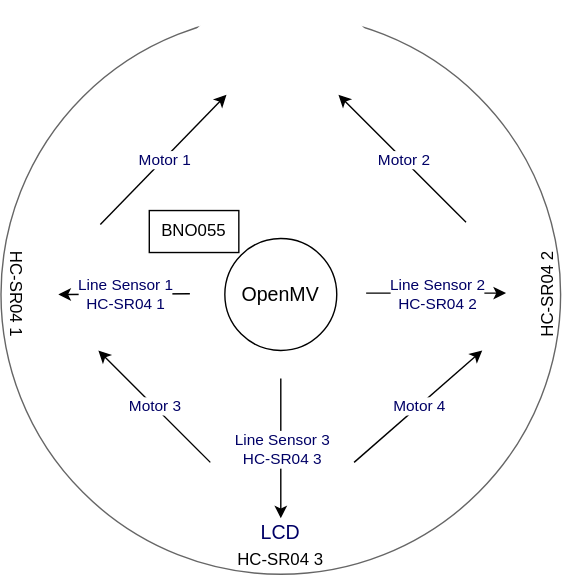
The draw.io diagram Arduino/robo2019/img/machine-constitution.svg in izumi-robot/kawamoto2019, before a commit. Source tidied: cells renumbered, new cells last; positions are measured from the earlier drawing's top-left corner, leaving out a move shared by most shapes. The source it was exported from:
```xml
<mxGraphModel>
  <root>
    <mxCell id="0" />
    <mxCell id="1" parent="0" />
    <mxCell id="2" style="ellipse;whiteSpace=wrap;html=1;strokeColor=#666666;fontColor=#333333;fillColor=#FFFFFF;" parent="1" vertex="1">
      <mxGeometry x="24" y="10" width="400" height="400" as="geometry" />
    </mxCell>
    <mxCell id="3" style="endArrow=classic;html=1;strokeColor=#000000;fontFamily=Helvetica;fontSize=14;fontColor=#000066;entryX=0.403;entryY=0.143;entryDx=0;entryDy=0;entryPerimeter=0;" parent="1" edge="1" target="2">
      <mxGeometry relative="1" as="geometry">
        <mxPoint x="95" y="160" as="sourcePoint" />
      </mxGeometry>
    </mxCell>
    <mxCell id="4" value="Motor 1" style="edgeLabel;html=1;align=center;verticalAlign=middle;labelBackgroundColor=#ffffff;fontColor=#000066;" parent="3" vertex="1">
      <mxGeometry relative="1" as="geometry" />
    </mxCell>
    <mxCell id="5" style="endArrow=classic;html=1;strokeColor=#000000;fontFamily=Helvetica;fontSize=14;fontColor=#000066;entryX=0.603;entryY=0.143;entryDx=0;entryDy=0;entryPerimeter=0;exitX=0.831;exitY=0.371;exitDx=0;exitDy=0;exitPerimeter=0;" parent="1" edge="1" source="2" target="2">
      <mxGeometry relative="1" as="geometry" />
    </mxCell>
    <mxCell id="6" value="Motor&amp;nbsp;2" style="edgeLabel;html=1;align=center;verticalAlign=middle;labelBackgroundColor=#ffffff;fontColor=#000066;" parent="5" vertex="1">
      <mxGeometry relative="1" as="geometry" />
    </mxCell>
    <mxCell id="7" style="endArrow=classic;html=1;strokeColor=#000000;fontFamily=Helvetica;fontSize=14;fontColor=#000066;entryX=0.174;entryY=0.6;entryDx=0;entryDy=0;entryPerimeter=0;exitX=0.374;exitY=0.8;exitDx=0;exitDy=0;exitPerimeter=0;" parent="1" edge="1" source="2" target="2">
      <mxGeometry relative="1" as="geometry" />
    </mxCell>
    <mxCell id="8" value="Motor 3" style="edgeLabel;html=1;align=center;verticalAlign=middle;labelBackgroundColor=#ffffff;fontColor=#000066;" parent="7" vertex="1">
      <mxGeometry relative="1" as="geometry" />
    </mxCell>
    <mxCell id="9" style="endArrow=classic;html=1;strokeColor=#000000;fontFamily=Helvetica;fontSize=14;fontColor=#000066;exitX=0.631;exitY=0.8;exitDx=0;exitDy=0;exitPerimeter=0;entryX=0.86;entryY=0.6;entryDx=0;entryDy=0;entryPerimeter=0;" parent="1" edge="1" source="2" target="2">
      <mxGeometry relative="1" as="geometry" />
    </mxCell>
    <mxCell id="10" value="Motor 4" style="edgeLabel;html=1;align=center;verticalAlign=middle;fontColor=#000066;labelBackgroundColor=#ffffff;" parent="9" vertex="1">
      <mxGeometry relative="1" as="geometry" />
    </mxCell>
    <mxCell id="11" style="endArrow=classic;html=1;fontFamily=Helvetica;fontSize=14;fontColor=#000066;strokeColor=#000000;" parent="1" edge="1">
      <mxGeometry relative="1" as="geometry">
        <mxPoint x="285" y="209" as="sourcePoint" />
        <mxPoint x="385" y="209" as="targetPoint" />
      </mxGeometry>
    </mxCell>
    <mxCell id="12" value="Line Sensor 2&lt;br&gt;HC-SR04 2" style="edgeLabel;html=1;align=center;verticalAlign=middle;labelBackgroundColor=#ffffff;fontColor=#000066;" parent="11" vertex="1">
      <mxGeometry relative="1" as="geometry" />
    </mxCell>
    <mxCell id="13" style="endArrow=classic;html=1;fontFamily=Helvetica;fontSize=14;fontColor=#000066;strokeColor=#000000;" parent="1" edge="1">
      <mxGeometry relative="1" as="geometry">
        <mxPoint x="159" y="209.5" as="sourcePoint" />
        <mxPoint x="65" y="210" as="targetPoint" />
      </mxGeometry>
    </mxCell>
    <mxCell id="14" value="Line Sensor 1&lt;br&gt;HC-SR04 1" style="edgeLabel;html=1;align=center;verticalAlign=middle;labelBackgroundColor=#ffffff;fontColor=#000066;" parent="13" vertex="1">
      <mxGeometry relative="1" as="geometry" />
    </mxCell>
    <mxCell id="15" style="endArrow=classic;html=1;strokeColor=#000000;fontFamily=Helvetica;fontSize=14;fontColor=#000066;" parent="1" edge="1">
      <mxGeometry relative="1" as="geometry">
        <mxPoint x="224" y="270" as="sourcePoint" />
        <mxPoint x="224" y="370" as="targetPoint" />
      </mxGeometry>
    </mxCell>
    <mxCell id="16" value="Line Sensor 3&lt;br&gt;HC-SR04 3" style="edgeLabel;html=1;align=center;verticalAlign=middle;fontColor=#000066;labelBackgroundColor=#ffffff;" parent="15" vertex="1">
      <mxGeometry relative="1" as="geometry" />
    </mxCell>
    <mxCell id="17" value="LCD" style="text;html=1;strokeColor=none;fillColor=none;align=center;verticalAlign=middle;whiteSpace=wrap;rounded=0;labelBackgroundColor=#ffffff;fontFamily=Helvetica;fontSize=14;fontColor=#000066;" parent="1" vertex="1">
      <mxGeometry x="197" y="370" width="54" height="20" as="geometry" />
    </mxCell>
    <mxCell id="18" value="kicker" style="shape=hexagon;perimeter=hexagonPerimeter2;whiteSpace=wrap;html=1;fixedSize=1;labelBackgroundColor=none;fontFamily=Helvetica;fontSize=14;fontColor=#FFFFFF;strokeColor=none;" parent="1" vertex="1">
      <mxGeometry x="164" width="120" height="40" as="geometry" />
    </mxCell>
    <mxCell id="19" value="OpenMV" style="ellipse;whiteSpace=wrap;html=1;labelBackgroundColor=none;fontFamily=Helvetica;fontSize=14;fillColor=#FFFFFF;strokeColor=#000000;fontColor=#000000;" parent="1" vertex="1">
      <mxGeometry x="184" y="170" width="80" height="80" as="geometry" />
    </mxCell>
    <mxCell id="20" value="BNO055" style="rounded=0;whiteSpace=wrap;html=1;labelBackgroundColor=#ffffff;fillColor=#FFFFFF;fontColor=#000000;strokeColor=#000000;" parent="1" vertex="1">
      <mxGeometry x="130" y="150" width="64" height="30" as="geometry" />
    </mxCell>
    <mxCell id="21" value="HC-SR04 1" style="text;html=1;strokeColor=none;fillColor=none;align=center;verticalAlign=middle;whiteSpace=wrap;rounded=0;labelBackgroundColor=none;fontColor=#000000;rotation=90;" parent="1" vertex="1">
      <mxGeometry y="200" width="70" height="20" as="geometry" />
    </mxCell>
    <mxCell id="22" value="HC-SR04 2" style="text;html=1;strokeColor=none;fillColor=none;align=center;verticalAlign=middle;whiteSpace=wrap;rounded=0;labelBackgroundColor=none;fontColor=#000000;rotation=270;" parent="1" vertex="1">
      <mxGeometry x="380" y="200" width="70" height="20" as="geometry" />
    </mxCell>
    <mxCell id="23" value="HC-SR04 3" style="text;html=1;strokeColor=none;fillColor=none;align=center;verticalAlign=middle;whiteSpace=wrap;rounded=0;labelBackgroundColor=none;fontColor=#000000;rotation=0;" parent="1" vertex="1">
      <mxGeometry x="189" y="390" width="70" height="20" as="geometry" />
    </mxCell>
  </root>
</mxGraphModel>
```
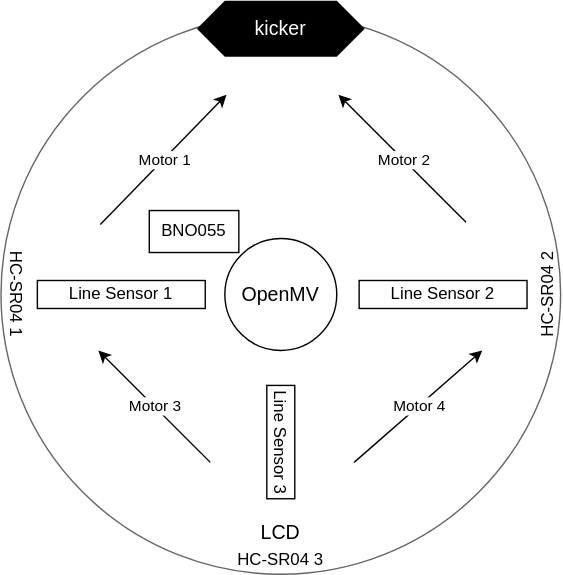
Above is the later version.

Diff of the diagram source:
```diff
@@ -10,58 +10,31 @@
         <mxPoint x="95" y="160" as="sourcePoint" />
       </mxGeometry>
     </mxCell>
-    <mxCell id="4" value="Motor 1" style="edgeLabel;html=1;align=center;verticalAlign=middle;labelBackgroundColor=#ffffff;fontColor=#000066;" parent="3" vertex="1">
+    <mxCell id="4" value="Motor 1" style="edgeLabel;html=1;align=center;verticalAlign=middle;labelBackgroundColor=#ffffff;fontColor=#000000;" parent="3" vertex="1">
       <mxGeometry relative="1" as="geometry" />
     </mxCell>
     <mxCell id="5" style="endArrow=classic;html=1;strokeColor=#000000;fontFamily=Helvetica;fontSize=14;fontColor=#000066;entryX=0.603;entryY=0.143;entryDx=0;entryDy=0;entryPerimeter=0;exitX=0.831;exitY=0.371;exitDx=0;exitDy=0;exitPerimeter=0;" parent="1" edge="1" source="2" target="2">
       <mxGeometry relative="1" as="geometry" />
     </mxCell>
-    <mxCell id="6" value="Motor&amp;nbsp;2" style="edgeLabel;html=1;align=center;verticalAlign=middle;labelBackgroundColor=#ffffff;fontColor=#000066;" parent="5" vertex="1">
+    <mxCell id="6" value="Motor&amp;nbsp;2" style="edgeLabel;html=1;align=center;verticalAlign=middle;labelBackgroundColor=#ffffff;fontColor=#000000;" parent="5" vertex="1">
       <mxGeometry relative="1" as="geometry" />
     </mxCell>
     <mxCell id="7" style="endArrow=classic;html=1;strokeColor=#000000;fontFamily=Helvetica;fontSize=14;fontColor=#000066;entryX=0.174;entryY=0.6;entryDx=0;entryDy=0;entryPerimeter=0;exitX=0.374;exitY=0.8;exitDx=0;exitDy=0;exitPerimeter=0;" parent="1" edge="1" source="2" target="2">
       <mxGeometry relative="1" as="geometry" />
     </mxCell>
-    <mxCell id="8" value="Motor 3" style="edgeLabel;html=1;align=center;verticalAlign=middle;labelBackgroundColor=#ffffff;fontColor=#000066;" parent="7" vertex="1">
+    <mxCell id="8" value="Motor 3" style="edgeLabel;html=1;align=center;verticalAlign=middle;labelBackgroundColor=#ffffff;fontColor=#000000;" parent="7" vertex="1">
       <mxGeometry relative="1" as="geometry" />
     </mxCell>
     <mxCell id="9" style="endArrow=classic;html=1;strokeColor=#000000;fontFamily=Helvetica;fontSize=14;fontColor=#000066;exitX=0.631;exitY=0.8;exitDx=0;exitDy=0;exitPerimeter=0;entryX=0.86;entryY=0.6;entryDx=0;entryDy=0;entryPerimeter=0;" parent="1" edge="1" source="2" target="2">
       <mxGeometry relative="1" as="geometry" />
     </mxCell>
-    <mxCell id="10" value="Motor 4" style="edgeLabel;html=1;align=center;verticalAlign=middle;fontColor=#000066;labelBackgroundColor=#ffffff;" parent="9" vertex="1">
+    <mxCell id="10" value="Motor 4" style="edgeLabel;html=1;align=center;verticalAlign=middle;labelBackgroundColor=#ffffff;fontColor=#000000;" parent="9" vertex="1">
       <mxGeometry relative="1" as="geometry" />
     </mxCell>
-    <mxCell id="11" style="endArrow=classic;html=1;fontFamily=Helvetica;fontSize=14;fontColor=#000066;strokeColor=#000000;" parent="1" edge="1">
-      <mxGeometry relative="1" as="geometry">
-        <mxPoint x="285" y="209" as="sourcePoint" />
-        <mxPoint x="385" y="209" as="targetPoint" />
-      </mxGeometry>
-    </mxCell>
-    <mxCell id="12" value="Line Sensor 2&lt;br&gt;HC-SR04 2" style="edgeLabel;html=1;align=center;verticalAlign=middle;labelBackgroundColor=#ffffff;fontColor=#000066;" parent="11" vertex="1">
-      <mxGeometry relative="1" as="geometry" />
-    </mxCell>
-    <mxCell id="13" style="endArrow=classic;html=1;fontFamily=Helvetica;fontSize=14;fontColor=#000066;strokeColor=#000000;" parent="1" edge="1">
-      <mxGeometry relative="1" as="geometry">
-        <mxPoint x="159" y="209.5" as="sourcePoint" />
-        <mxPoint x="65" y="210" as="targetPoint" />
-      </mxGeometry>
-    </mxCell>
-    <mxCell id="14" value="Line Sensor 1&lt;br&gt;HC-SR04 1" style="edgeLabel;html=1;align=center;verticalAlign=middle;labelBackgroundColor=#ffffff;fontColor=#000066;" parent="13" vertex="1">
-      <mxGeometry relative="1" as="geometry" />
-    </mxCell>
-    <mxCell id="15" style="endArrow=classic;html=1;strokeColor=#000000;fontFamily=Helvetica;fontSize=14;fontColor=#000066;" parent="1" edge="1">
-      <mxGeometry relative="1" as="geometry">
-        <mxPoint x="224" y="270" as="sourcePoint" />
-        <mxPoint x="224" y="370" as="targetPoint" />
-      </mxGeometry>
-    </mxCell>
-    <mxCell id="16" value="Line Sensor 3&lt;br&gt;HC-SR04 3" style="edgeLabel;html=1;align=center;verticalAlign=middle;fontColor=#000066;labelBackgroundColor=#ffffff;" parent="15" vertex="1">
-      <mxGeometry relative="1" as="geometry" />
-    </mxCell>
-    <mxCell id="17" value="LCD" style="text;html=1;strokeColor=none;fillColor=none;align=center;verticalAlign=middle;whiteSpace=wrap;rounded=0;labelBackgroundColor=#ffffff;fontFamily=Helvetica;fontSize=14;fontColor=#000066;" parent="1" vertex="1">
+    <mxCell id="17" value="LCD" style="text;html=1;strokeColor=none;fillColor=none;align=center;verticalAlign=middle;whiteSpace=wrap;rounded=0;labelBackgroundColor=#ffffff;fontFamily=Helvetica;fontSize=14;fontColor=#000000;" parent="1" vertex="1">
       <mxGeometry x="197" y="370" width="54" height="20" as="geometry" />
     </mxCell>
-    <mxCell id="18" value="kicker" style="shape=hexagon;perimeter=hexagonPerimeter2;whiteSpace=wrap;html=1;fixedSize=1;labelBackgroundColor=none;fontFamily=Helvetica;fontSize=14;fontColor=#FFFFFF;strokeColor=none;" parent="1" vertex="1">
+    <mxCell id="18" value="kicker" style="shape=hexagon;perimeter=hexagonPerimeter2;whiteSpace=wrap;html=1;fixedSize=1;labelBackgroundColor=none;fontFamily=Helvetica;fontSize=14;fontColor=#FFFFFF;strokeColor=none;fillColor=#000000;" parent="1" vertex="1">
       <mxGeometry x="164" width="120" height="40" as="geometry" />
     </mxCell>
     <mxCell id="19" value="OpenMV" style="ellipse;whiteSpace=wrap;html=1;labelBackgroundColor=none;fontFamily=Helvetica;fontSize=14;fillColor=#FFFFFF;strokeColor=#000000;fontColor=#000000;" parent="1" vertex="1">
@@ -79,5 +52,17 @@
     <mxCell id="23" value="HC-SR04 3" style="text;html=1;strokeColor=none;fillColor=none;align=center;verticalAlign=middle;whiteSpace=wrap;rounded=0;labelBackgroundColor=none;fontColor=#000000;rotation=0;" parent="1" vertex="1">
       <mxGeometry x="189" y="390" width="70" height="20" as="geometry" />
     </mxCell>
+    <mxCell id="24" value="Line Sensor 2" style="text;html=1;fillColor=none;align=center;verticalAlign=middle;whiteSpace=wrap;rounded=0;fontColor=#000000;strokeColor=#000000;" parent="1" vertex="1">
+      <mxGeometry x="280" y="200" width="120" height="20" as="geometry" />
+    </mxCell>
+    <mxCell id="25" style="edgeStyle=orthogonalEdgeStyle;rounded=0;orthogonalLoop=1;jettySize=auto;html=1;exitX=0.5;exitY=1;exitDx=0;exitDy=0;fontColor=#000000;" parent="1" edge="1" source="24" target="24">
+      <mxGeometry relative="1" as="geometry" />
+    </mxCell>
+    <mxCell id="26" value="Line Sensor 1" style="text;html=1;fillColor=none;align=center;verticalAlign=middle;whiteSpace=wrap;rounded=0;fontColor=#000000;strokeColor=#000000;" parent="1" vertex="1">
+      <mxGeometry x="50" y="200" width="120" height="20" as="geometry" />
+    </mxCell>
+    <mxCell id="27" value="Line Sensor 3" style="text;html=1;fillColor=none;align=center;verticalAlign=middle;whiteSpace=wrap;rounded=0;labelBackgroundColor=none;fontColor=#000000;rotation=90;strokeColor=#000000;" parent="1" vertex="1">
+      <mxGeometry x="183.5" y="305.5" width="81" height="20" as="geometry" />
+    </mxCell>
   </root>
 </mxGraphModel>
```
